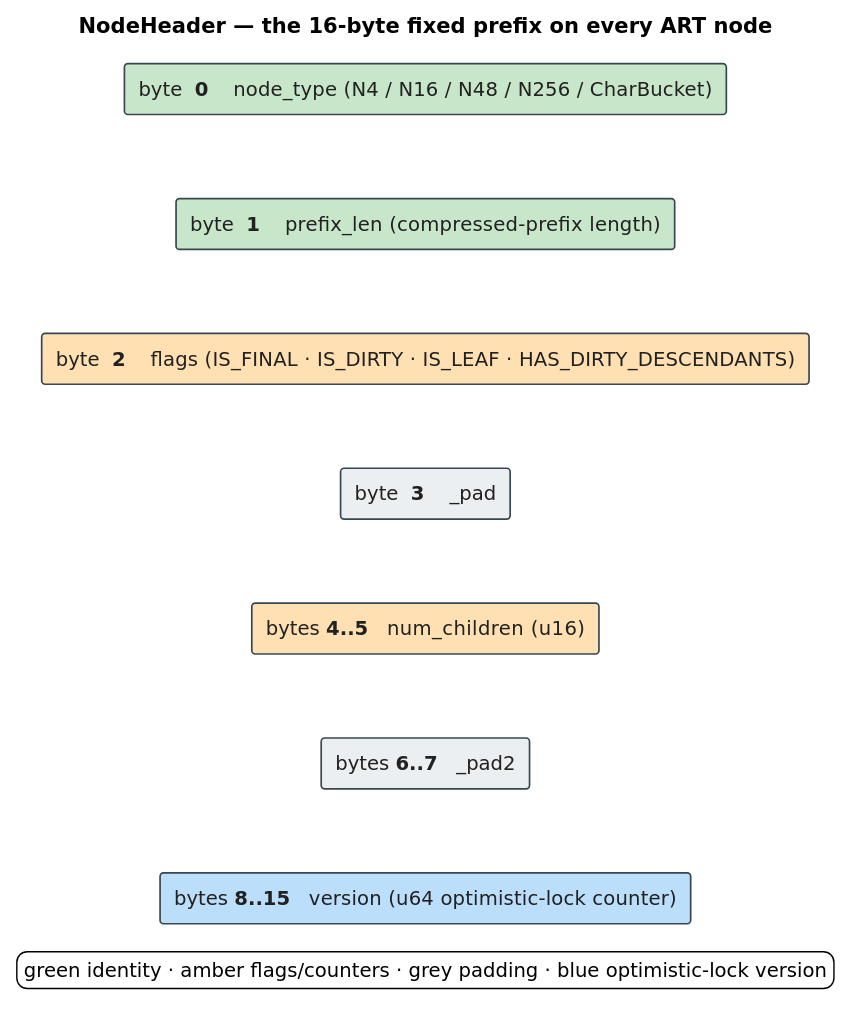
Before: docs/diagrams/node-header.svg, a diagram exported from PlantUML (vinary-tree/libdictenstein). Its source is kept beside it as docs/diagrams/src/node-header.puml.
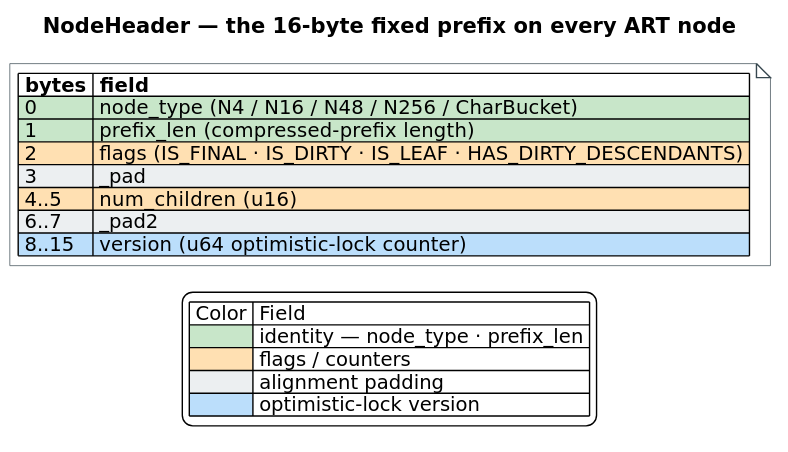
After the commit.

The edit, as a diff of the source:
```diff
@@ -3,31 +3,31 @@
 skinparam shadowing false
 skinparam backgroundColor #FFFFFF
 skinparam defaultFontName "DejaVu Sans"
-skinparam rectangle {
+skinparam TitleFontSize 15
+skinparam noteFontSize 14
+skinparam note {
+  BackgroundColor #FFFFFF
   BorderColor #37474F
-  FontColor #212121
-  BorderThickness 1.2
 }
-skinparam TitleFontSize 15
 
 title NodeHeader — the 16-byte fixed prefix on every ART node
 
-rectangle "byte  **0**    node_type  (N4 / N16 / N48 / N256 / CharBucket)" as R0 #C8E6C9
-rectangle "byte  **1**    prefix_len  (compressed-prefix length)" as R1 #C8E6C9
-rectangle "byte  **2**    flags  (IS_FINAL · IS_DIRTY · IS_LEAF · HAS_DIRTY_DESCENDANTS)" as R2 #FFE0B2
-rectangle "byte  **3**    _pad" as R3 #ECEFF1
-rectangle "bytes **4..5**   num_children  (u16)" as R4 #FFE0B2
-rectangle "bytes **6..7**   _pad2" as R5 #ECEFF1
-rectangle "bytes **8..15**   version  (u64 optimistic-lock counter)" as R6 #BBDEFB
-
-R0 -[hidden]down- R1
-R1 -[hidden]down- R2
-R2 -[hidden]down- R3
-R3 -[hidden]down- R4
-R4 -[hidden]down- R5
-R5 -[hidden]down- R6
+note as NH
+|= bytes |= field |
+|<#C8E6C9> 0 |<#C8E6C9> node_type  (N4 / N16 / N48 / N256 / CharBucket) |
+|<#C8E6C9> 1 |<#C8E6C9> prefix_len  (compressed-prefix length) |
+|<#FFE0B2> 2 |<#FFE0B2> flags  (IS_FINAL · IS_DIRTY · IS_LEAF · HAS_DIRTY_DESCENDANTS) |
+|<#ECEFF1> 3 |<#ECEFF1> _pad |
+|<#FFE0B2> 4..5 |<#FFE0B2> num_children  (u16) |
+|<#ECEFF1> 6..7 |<#ECEFF1> _pad2 |
+|<#BBDEFB> 8..15 |<#BBDEFB> version  (u64 optimistic-lock counter) |
+end note
 
 legend bottom
-  green identity · amber flags/counters · grey padding · blue optimistic-lock version
+| Color | Field |
+|<#C8E6C9>| identity — node_type · prefix_len |
+|<#FFE0B2>| flags / counters |
+|<#ECEFF1>| alignment padding |
+|<#BBDEFB>| optimistic-lock version |
 endlegend
 @enduml
```
